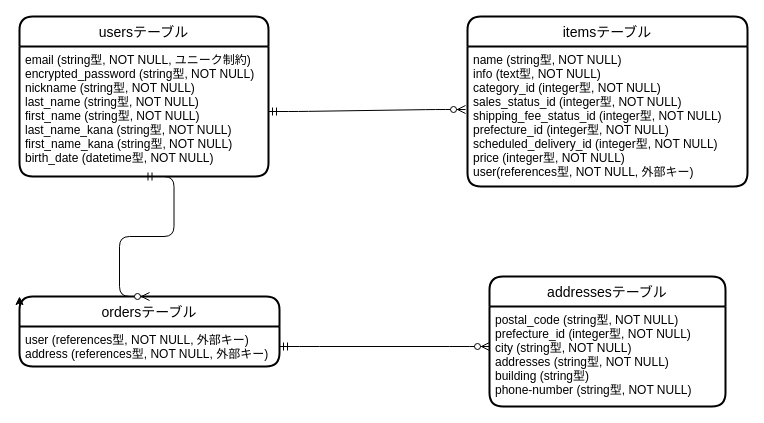
The draw.io diagram application.dio in kanieksuke/furima-37215, before the edit. Source tidied: cells renumbered, new cells numbered last; positions are measured from the earlier drawing's top-left corner, leaving out a move shared by most shapes. Both pictures are drawn from the tidied source at 100%, with x=0, y=0 at pixel (19, 16).
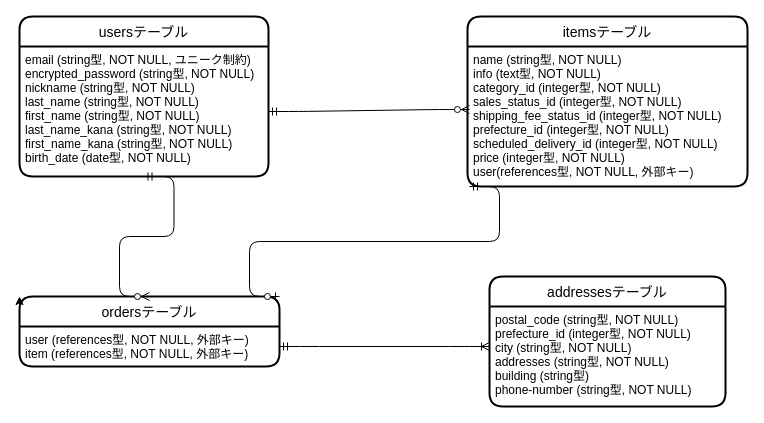
The same diagram, later.

Commit message (it also covers changes not shown here):
データベース設計（修正03）

What changed in the source:
```diff
@@
 <mxGraphModel>
   <root>
     <mxCell id="0" />
     <mxCell id="1" parent="0" />
     <mxCell id="2" value="usersテーブル" style="swimlane;horizontal=1;startSize=30;rounded=1;fontSize=14;fontStyle=0;strokeWidth=2;shadow=0;dashed=0;align=center;" parent="1" vertex="1">
       <mxGeometry width="249" height="160" as="geometry" />
     </mxCell>
-    <mxCell id="3" value="email (string型, NOT NULL, ユニーク制約)&#10;encrypted_password (string型, NOT NULL)&#10;nickname (string型, NOT NULL)&#10;last_name (string型, NOT NULL)&#10;first_name (string型, NOT NULL)&#10;last_name_kana (string型, NOT NULL)&#10;first_name_kana (string型, NOT NULL)&#10;birth_date (datetime型, NOT NULL)" style="align=left;strokeColor=none;fillColor=none;spacingLeft=4;fontSize=12;verticalAlign=top;" parent="2" vertex="1">
+    <mxCell id="3" value="email (string型, NOT NULL, ユニーク制約)&#10;encrypted_password (string型, NOT NULL)&#10;nickname (string型, NOT NULL)&#10;last_name (string型, NOT NULL)&#10;first_name (string型, NOT NULL)&#10;last_name_kana (string型, NOT NULL)&#10;first_name_kana (string型, NOT NULL)&#10;birth_date (date型, NOT NULL)" style="align=left;strokeColor=none;fillColor=none;spacingLeft=4;fontSize=12;verticalAlign=top;" parent="2" vertex="1">
       <mxGeometry y="30" width="249" height="130" as="geometry" />
     </mxCell>
     <mxCell id="4" value="itemsテーブル" style="swimlane;horizontal=1;startSize=30;rounded=1;fontSize=14;fontStyle=0;strokeWidth=2;shadow=0;dashed=0;align=center;" parent="1" vertex="1">
       <mxGeometry x="448" width="280" height="170" as="geometry" />
     </mxCell>
     <mxCell id="5" value="name (string型, NOT NULL)&#10;info (text型, NOT NULL)&#10;category_id (integer型, NOT NULL)&#10;sales_status_id (integer型, NOT NULL)&#10;shipping_fee_status_id (integer型, NOT NULL)&#10;prefecture_id (integer型, NOT NULL)&#10;scheduled_delivery_id (integer型, NOT NULL)&#10;price (integer型, NOT NULL)&#10;user(references型, NOT NULL, 外部キー)" style="align=left;strokeColor=none;fillColor=none;spacingLeft=4;fontSize=12;verticalAlign=top;" parent="4" vertex="1">
       <mxGeometry y="30" width="280" height="140" as="geometry" />
     </mxCell>
     <mxCell id="6" value="addressesテーブル" style="swimlane;horizontal=1;startSize=30;rounded=1;fontSize=14;fontStyle=0;strokeWidth=2;shadow=0;dashed=0;align=center;" parent="1" vertex="1">
       <mxGeometry x="470" y="260" width="236" height="130" as="geometry" />
     </mxCell>
     <mxCell id="7" value="postal_code (string型, NOT NULL)&#10;prefecture_id (integer型, NOT NULL)&#10;city (string型, NOT NULL)&#10;addresses (string型, NOT NULL)&#10;building (string型)&#10;phone-number (string型, NOT NULL)&#10;" style="align=left;strokeColor=none;fillColor=none;spacingLeft=4;fontSize=12;verticalAlign=top;" parent="6" vertex="1">
       <mxGeometry y="30" width="236" height="100" as="geometry" />
     </mxCell>
     <mxCell id="8" value="ordersテーブル" style="swimlane;horizontal=1;startSize=30;rounded=1;fontSize=14;fontStyle=0;strokeWidth=2;shadow=0;dashed=0;align=center;" parent="1" vertex="1">
       <mxGeometry y="280" width="260" height="70" as="geometry" />
     </mxCell>
     <mxCell id="9" style="edgeStyle=none;html=1;exitX=0;exitY=0.25;exitDx=0;exitDy=0;entryX=0;entryY=0;entryDx=0;entryDy=0;" parent="8" edge="1" source="10" target="8">
       <mxGeometry relative="1" as="geometry" />
     </mxCell>
+    <mxCell id="14" style="edgeStyle=entityRelationEdgeStyle;fontSize=12;html=1;endArrow=ERzeroToOne;startArrow=ERmandOne;" parent="8" edge="1">
+      <mxGeometry relative="1" as="geometry">
+        <mxPoint x="450" y="-110" as="sourcePoint" />
+        <mxPoint x="260" as="targetPoint" />
+      </mxGeometry>
+    </mxCell>
-    <mxCell id="10" value="user (references型, NOT NULL, 外部キー)&#10;address (references型, NOT NULL, 外部キー)" style="align=left;strokeColor=none;fillColor=none;spacingLeft=4;fontSize=12;verticalAlign=top;" parent="8" vertex="1">
+    <mxCell id="10" value="user (references型, NOT NULL, 外部キー)&#10;item (references型, NOT NULL, 外部キー)" style="align=left;strokeColor=none;fillColor=none;spacingLeft=4;fontSize=12;verticalAlign=top;" parent="8" vertex="1">
       <mxGeometry y="30" width="260" height="40" as="geometry" />
     </mxCell>
     <mxCell id="11" style="edgeStyle=entityRelationEdgeStyle;fontSize=12;html=1;endArrow=ERzeroToMany;startArrow=ERmandOne;exitX=0.5;exitY=1;exitDx=0;exitDy=0;entryX=0.5;entryY=0;entryDx=0;entryDy=0;" parent="1" edge="1" source="3" target="8">
       <mxGeometry relative="1" as="geometry" />
     </mxCell>
-    <mxCell id="12" style="edgeStyle=entityRelationEdgeStyle;fontSize=12;html=1;endArrow=ERzeroToMany;startArrow=ERmandOne;exitX=1;exitY=0.5;exitDx=0;exitDy=0;entryX=-0.007;entryY=0.45;entryDx=0;entryDy=0;entryPerimeter=0;" parent="1" edge="1" source="3" target="5">
+    <mxCell id="12" style="edgeStyle=entityRelationEdgeStyle;fontSize=12;html=1;endArrow=ERzeroToMany;startArrow=ERmandOne;exitX=1;exitY=0.5;exitDx=0;exitDy=0;entryX=0.007;entryY=0.45;entryDx=0;entryDy=0;entryPerimeter=0;" parent="1" edge="1" source="3" target="5">
       <mxGeometry relative="1" as="geometry" />
     </mxCell>
-    <mxCell id="13" style="edgeStyle=entityRelationEdgeStyle;fontSize=12;html=1;endArrow=ERzeroToMany;startArrow=ERmandOne;exitX=1;exitY=0.5;exitDx=0;exitDy=0;entryX=0;entryY=0.4;entryDx=0;entryDy=0;entryPerimeter=0;" parent="1" edge="1" source="10" target="7">
-      <mxGeometry relative="1" as="geometry" />
-    </mxCell>
+    <mxCell id="15" style="edgeStyle=entityRelationEdgeStyle;fontSize=12;html=1;endArrow=ERoneToMany;startArrow=ERmandOne;exitX=1;exitY=0.5;exitDx=0;exitDy=0;" parent="1" edge="1" source="10">
+      <mxGeometry relative="1" as="geometry">
+        <mxPoint x="470" y="330" as="targetPoint" />
+      </mxGeometry>
+    </mxCell>
   </root>
 </mxGraphModel>
```
